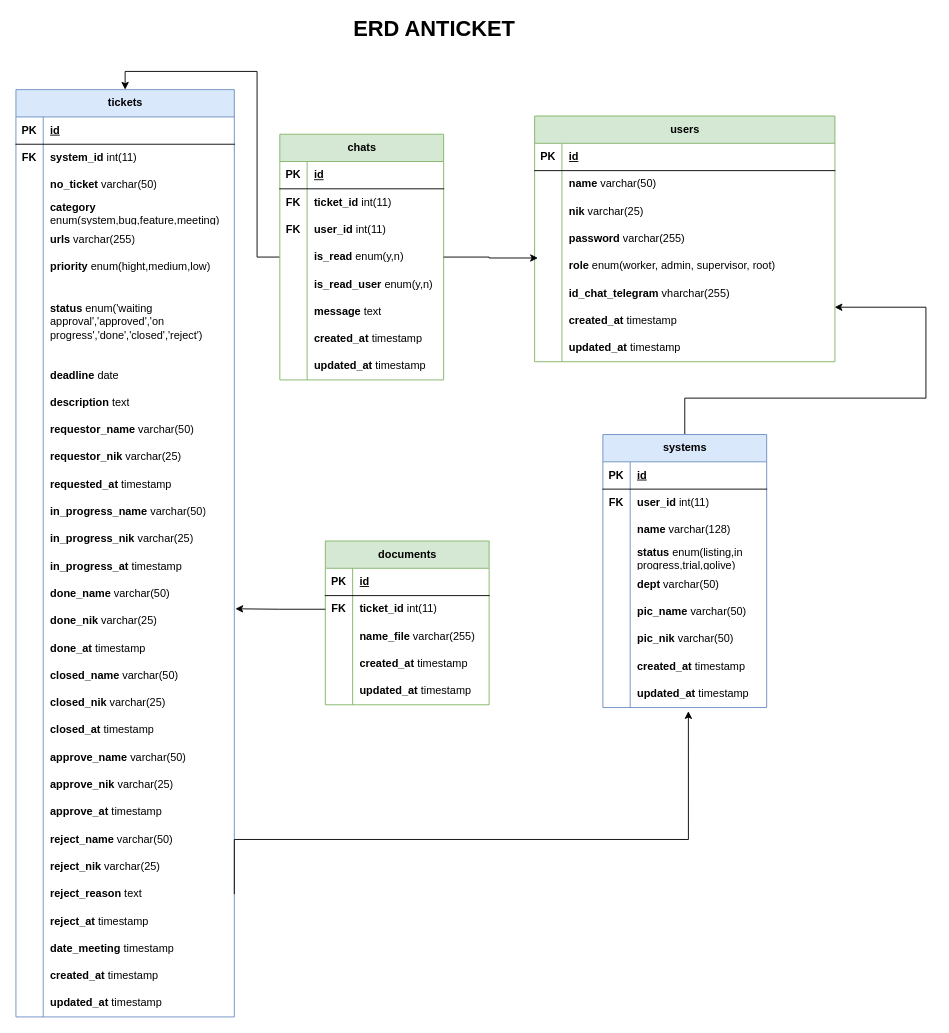
Earlier version of the draw.io diagram document/ERD Anticket.drawio (andarutr/anticket-ci3). Source tidied: cells renumbered, new cells numbered last; positions are measured from the earlier drawing's top-left corner, leaving out a move shared by most shapes. Both pictures are drawn from the tidied source at 91%, with x=0, y=0 at pixel (15, 15).
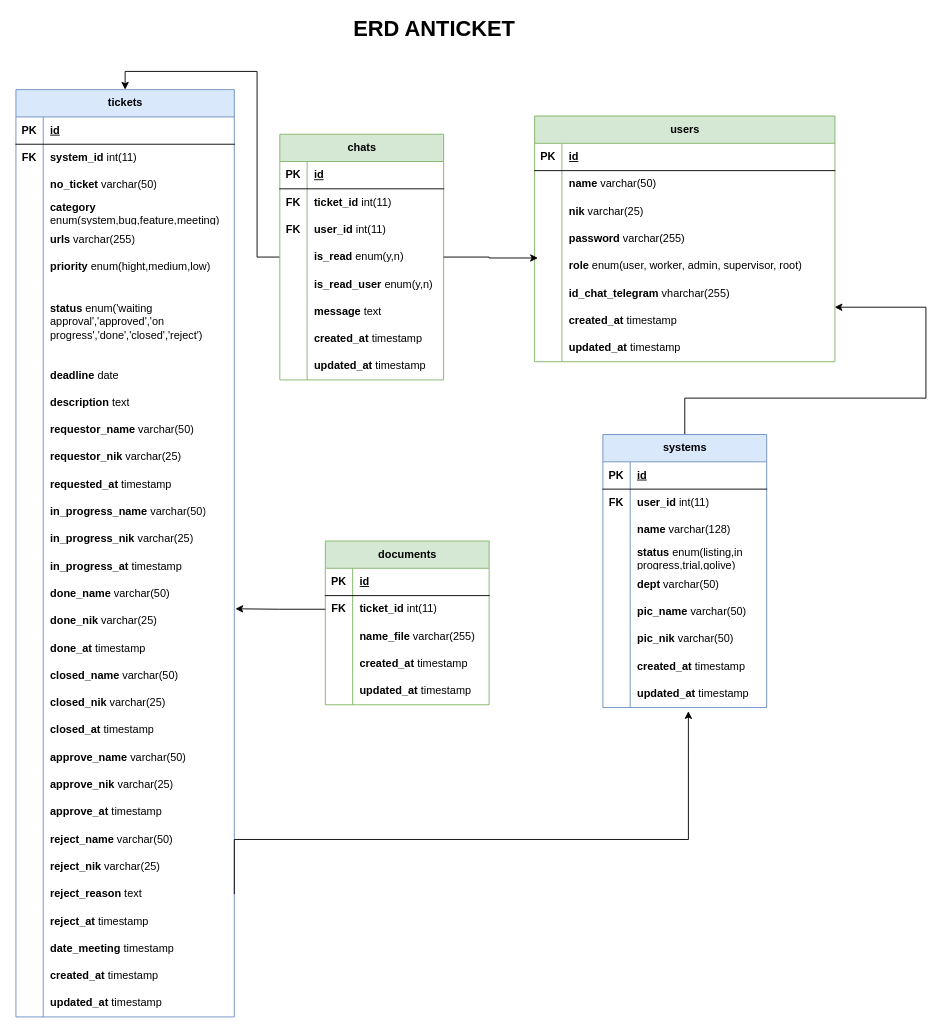
Above is the later version.

Unchanged cells that the change refers to:
```xml
<mxCell id="165" style="shape=tableRow;horizontal=0;startSize=0;swimlaneHead=0;swimlaneBody=0;fillColor=none;points=[[0,0.5],[1,0.5]];portConstraint=eastwest;top=0;left=0;right=0;bottom=0;" parent="152" vertex="1">
  <mxGeometry y="150" width="330" height="30" as="geometry" />
</mxCell>
```

The edit, as a diff of the source:
```diff
@@
-    <mxCell id="167" value="&lt;b&gt;role&lt;/b&gt; enum(worker, admin, supervisor, root)" style="shape=partialRectangle;fillColor=none;top=0;left=0;bottom=0;right=0;align=left;spacingLeft=6;overflow=hidden;whiteSpace=wrap;html=1;" parent="165" vertex="1">
+    <mxCell id="167" value="&lt;b&gt;role&lt;/b&gt; enum(user, worker, admin, supervisor, root)" style="shape=partialRectangle;fillColor=none;top=0;left=0;bottom=0;right=0;align=left;spacingLeft=6;overflow=hidden;whiteSpace=wrap;html=1;" parent="165" vertex="1">
       <mxGeometry x="30" width="300" height="30" as="geometry" />
     </mxCell>
```
